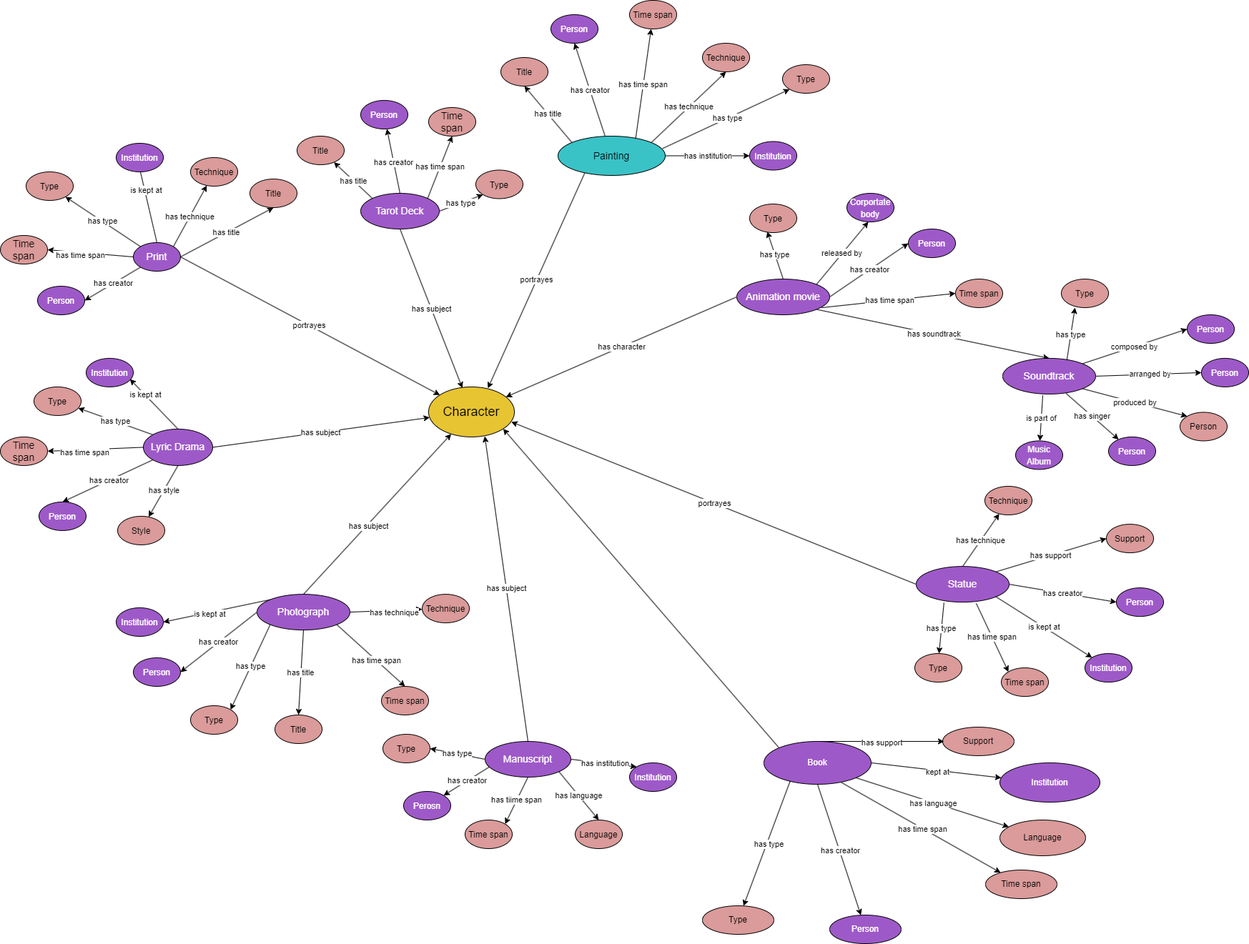
Earlier version of the draw.io export docs/assets/er-model.png (n1kg0r/merlin-ko-dhdk). Source tidied: cells renumbered, new cells last; positions are measured from the earlier drawing's top-left corner, leaving out a move shared by most shapes.
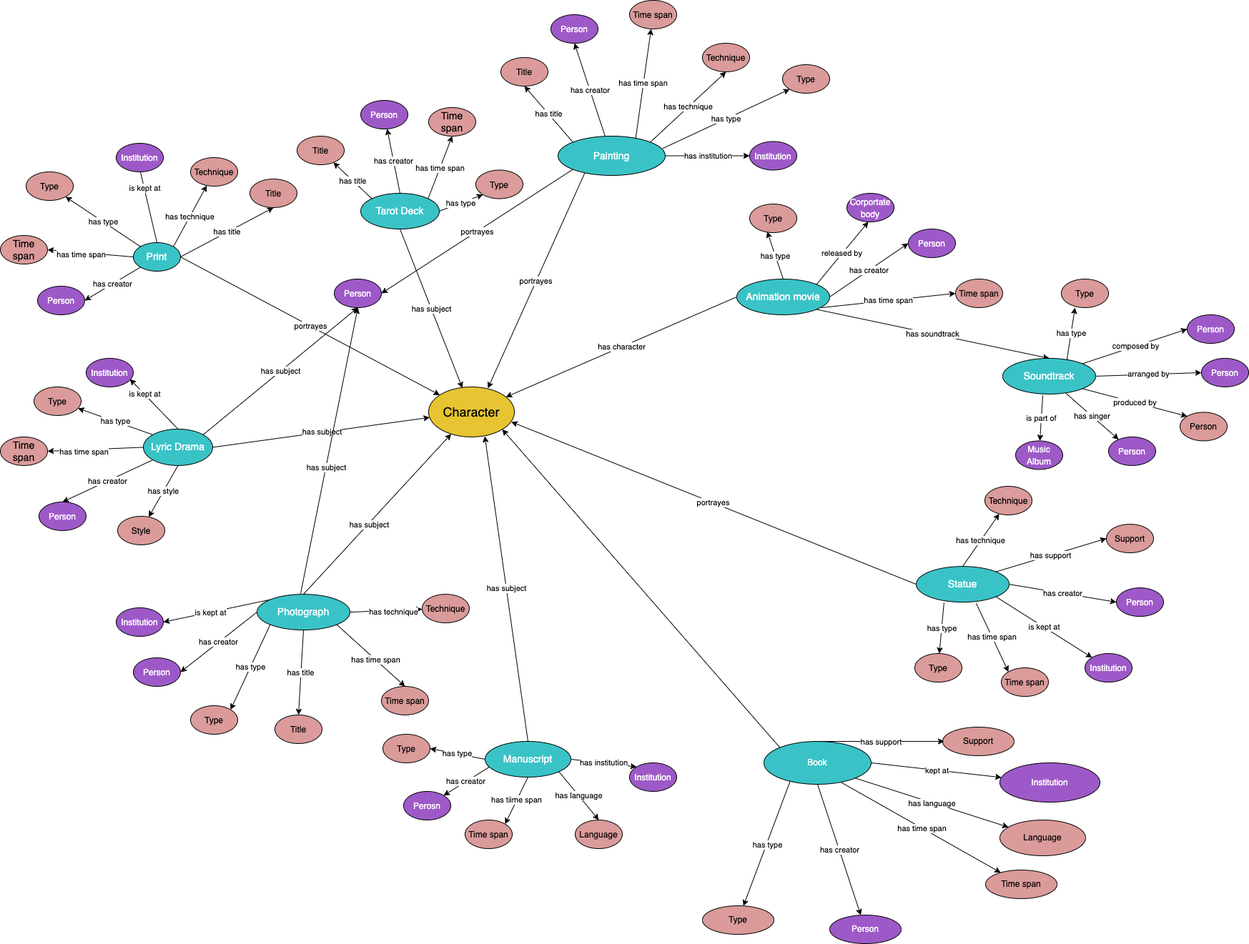
Later version of the same file.

The edit, as a diff of the source:
```diff
@@ -33,7 +33,7 @@
     <mxCell id="10" value="has title" style="rounded=0;jettySize=auto;html=1;exitX=1;exitY=0.5;exitDx=0;exitDy=0;entryX=0.5;entryY=1;entryDx=0;entryDy=0;" parent="1" edge="1" source="11" target="83">
       <mxGeometry relative="1" as="geometry" />
     </mxCell>
-    <mxCell id="11" value="Print" style="ellipse;whiteSpace=wrap;html=1;fontSize=14;fillColor=#9E59C8;fontColor=#FFFFFF;" parent="1" vertex="1">
+    <mxCell id="11" value="Print" style="ellipse;whiteSpace=wrap;html=1;fontSize=14;fillColor=#39C3C7;fontColor=#FFFFFF;" parent="1" vertex="1">
       <mxGeometry x="186" y="339" width="66" height="40" as="geometry" />
     </mxCell>
     <mxCell id="12" style="rounded=0;jettySize=auto;html=1;exitX=0.5;exitY=0;exitDx=0;exitDy=0;" parent="1" edge="1" source="23" target="2">
@@ -69,7 +69,7 @@
     <mxCell id="22" value="is kept at" style="edgeLabel;html=1;align=center;verticalAlign=middle;" parent="21" vertex="1">
       <mxGeometry x="0.13" relative="1" as="geometry" />
     </mxCell>
-    <mxCell id="23" value="Photograph" style="ellipse;whiteSpace=wrap;html=1;fontSize=14;fillColor=#9E59C8;fontColor=#FFFFFF;" parent="1" vertex="1">
+    <mxCell id="23" value="Photograph" style="ellipse;whiteSpace=wrap;html=1;fontSize=14;fillColor=#39C3C7;fontColor=#FFFFFF;" parent="1" vertex="1">
       <mxGeometry x="359" y="831.1" width="130" height="50" as="geometry" />
     </mxCell>
     <mxCell id="24" value="has subject" style="rounded=0;jettySize=auto;html=1;exitX=0.5;exitY=0;exitDx=0;exitDy=0;entryX=0.655;entryY=0.986;entryDx=0;entryDy=0;entryPerimeter=0;" parent="1" edge="1" source="30" target="2">
@@ -90,7 +90,7 @@
     <mxCell id="29" value="has type" style="rounded=0;jettySize=auto;html=1;exitX=0;exitY=0.5;exitDx=0;exitDy=0;entryX=1;entryY=0.5;entryDx=0;entryDy=0;" parent="1" edge="1" source="30" target="125">
       <mxGeometry relative="1" as="geometry" />
     </mxCell>
-    <mxCell id="30" value="Manuscript" style="ellipse;whiteSpace=wrap;html=1;fontSize=14;fillColor=#9E59C8;fontColor=#FFFFFF;" parent="1" vertex="1">
+    <mxCell id="30" value="Manuscript" style="ellipse;whiteSpace=wrap;html=1;fontSize=14;fillColor=#39C3C7;fontColor=#FFFFFF;" parent="1" vertex="1">
       <mxGeometry x="678" y="1037" width="120" height="50" as="geometry" />
     </mxCell>
     <mxCell id="31" value="has subject" style="rounded=0;jettySize=auto;html=1;exitX=0.5;exitY=1;exitDx=0;exitDy=0;entryX=0.394;entryY=0.022;entryDx=0;entryDy=0;entryPerimeter=0;" parent="1" edge="1" source="36" target="2">
@@ -108,7 +108,7 @@
     <mxCell id="35" value="has type" style="rounded=0;jettySize=auto;html=1;exitX=1;exitY=0.5;exitDx=0;exitDy=0;entryX=0;entryY=1;entryDx=0;entryDy=0;" parent="1" edge="1" source="36" target="124">
       <mxGeometry relative="1" as="geometry" />
     </mxCell>
-    <mxCell id="36" value="Tarot Deck" style="ellipse;whiteSpace=wrap;html=1;fontSize=14;fillColor=#9E59C8;fontColor=#FFFFFF;" parent="1" vertex="1">
+    <mxCell id="36" value="Tarot Deck" style="ellipse;whiteSpace=wrap;html=1;fontSize=14;fillColor=#39C3C7;fontColor=#FFFFFF;" parent="1" vertex="1">
       <mxGeometry x="504" y="270" width="110" height="50" as="geometry" />
     </mxCell>
     <mxCell id="37" value="portrayes" style="rounded=0;jettySize=auto;html=1;entryX=0.691;entryY=0.027;entryDx=0;entryDy=0;entryPerimeter=0;exitX=0.249;exitY=0.94;exitDx=0;exitDy=0;exitPerimeter=0;" parent="1" edge="1" source="43" target="2">
@@ -129,7 +129,7 @@
     <mxCell id="42" value="has institution" style="rounded=0;jettySize=auto;html=1;exitX=1;exitY=0.5;exitDx=0;exitDy=0;entryX=0;entryY=0.5;entryDx=0;entryDy=0;" parent="1" edge="1" source="43" target="91">
       <mxGeometry relative="1" as="geometry" />
     </mxCell>
-    <mxCell id="43" value="Painting" style="ellipse;whiteSpace=wrap;html=1;fontSize=14;fillColor=#39C3C7;" parent="1" vertex="1">
+    <mxCell id="43" value="Painting" style="ellipse;whiteSpace=wrap;html=1;fontSize=14;fillColor=#39C3C7;fontColor=#FFFFFF;" parent="1" vertex="1">
       <mxGeometry x="780" y="190" width="150" height="55" as="geometry" />
     </mxCell>
     <mxCell id="44" value="has character" style="rounded=0;jettySize=auto;html=1;exitX=0;exitY=0.5;exitDx=0;exitDy=0;" parent="1" edge="1" source="50" target="2">
@@ -150,7 +150,7 @@
     <mxCell id="49" value="has soundtrack" style="rounded=0;jettySize=auto;html=1;exitX=1;exitY=1;exitDx=0;exitDy=0;entryX=0.5;entryY=0;entryDx=0;entryDy=0;" parent="1" edge="1" source="50" target="56">
       <mxGeometry relative="1" as="geometry" />
     </mxCell>
-    <mxCell id="50" value="Animation movie" style="ellipse;whiteSpace=wrap;html=1;fontSize=14;fillColor=#9E59C8;fontColor=#FFFFFF;" parent="1" vertex="1">
+    <mxCell id="50" value="Animation movie" style="ellipse;whiteSpace=wrap;html=1;fontSize=14;fillColor=#39C3C7;fontColor=#FFFFFF;" parent="1" vertex="1">
       <mxGeometry x="1030" y="390" width="130" height="50" as="geometry" />
     </mxCell>
     <mxCell id="51" value="is part of" style="rounded=0;jettySize=auto;html=1;exitX=0.431;exitY=1.037;exitDx=0;exitDy=0;exitPerimeter=0;" parent="1" edge="1" source="56" target="109">
@@ -168,7 +168,7 @@
     <mxCell id="55" value="composed by" style="rounded=0;jettySize=auto;html=1;exitX=1;exitY=0;exitDx=0;exitDy=0;entryX=0;entryY=0.5;entryDx=0;entryDy=0;" parent="1" edge="1" source="56" target="105">
       <mxGeometry relative="1" as="geometry" />
     </mxCell>
-    <mxCell id="56" value="Soundtrack" style="ellipse;whiteSpace=wrap;html=1;fontSize=14;fillColor=#9E59C8;fontColor=#FFFFFF;" parent="1" vertex="1">
+    <mxCell id="56" value="Soundtrack" style="ellipse;whiteSpace=wrap;html=1;fontSize=14;fillColor=#39C3C7;fontColor=#FFFFFF;" parent="1" vertex="1">
       <mxGeometry x="1402" y="500.9" width="130" height="50" as="geometry" />
     </mxCell>
     <mxCell id="57" value="&lt;span style=&quot;font-size: 12px;&quot;&gt;Type&lt;/span&gt;" style="ellipse;whiteSpace=wrap;html=1;fontSize=14;fillColor=#DA9B9A;" parent="1" vertex="1">
@@ -232,7 +232,7 @@
     <mxCell id="75" value="has subject" style="rounded=0;jettySize=auto;html=1;exitX=1;exitY=0.5;exitDx=0;exitDy=0;" parent="1" edge="1" source="76" target="2">
       <mxGeometry relative="1" as="geometry" />
     </mxCell>
-    <mxCell id="76" value="Lyric Drama" style="ellipse;whiteSpace=wrap;html=1;fontSize=14;fillColor=#9E59C8;fontColor=#FFFFFF;" parent="1" vertex="1">
+    <mxCell id="76" value="Lyric Drama" style="ellipse;whiteSpace=wrap;html=1;fontSize=14;fillColor=#39C3C7;fontColor=#FFFFFF;" parent="1" vertex="1">
       <mxGeometry x="200" y="599.9" width="97" height="51" as="geometry" />
     </mxCell>
     <mxCell id="77" value="&lt;span style=&quot;font-size: 12px;&quot;&gt;Type&lt;/span&gt;" style="ellipse;whiteSpace=wrap;html=1;fontSize=14;fillColor=#DA9B9A;" parent="1" vertex="1">
@@ -355,7 +355,7 @@
     <mxCell id="116" value="is kept at" style="rounded=0;jettySize=auto;html=1;exitX=1;exitY=1;exitDx=0;exitDy=0;entryX=0;entryY=0;entryDx=0;entryDy=0;" parent="1" edge="1" source="117" target="123">
       <mxGeometry relative="1" as="geometry" />
     </mxCell>
-    <mxCell id="117" value="Statue" style="ellipse;whiteSpace=wrap;html=1;fontSize=14;fillColor=#9E59C8;fontColor=#FFFFFF;" parent="1" vertex="1">
+    <mxCell id="117" value="Statue" style="ellipse;whiteSpace=wrap;html=1;fontSize=14;fillColor=#39C3C7;fontColor=#FFFFFF;" parent="1" vertex="1">
       <mxGeometry x="1281" y="792.1" width="130" height="50" as="geometry" />
     </mxCell>
     <mxCell id="118" value="&lt;span style=&quot;font-size: 12px;&quot;&gt;Type&lt;br&gt;&lt;/span&gt;" style="ellipse;whiteSpace=wrap;html=1;fontSize=14;fillColor=#DA9B9A;" parent="1" vertex="1">
@@ -385,7 +385,7 @@
     <mxCell id="126" style="rounded=0;jettySize=auto;html=1;exitX=0;exitY=0;exitDx=0;exitDy=0;entryX=1;entryY=1;entryDx=0;entryDy=0;" parent="1" edge="1" source="127" target="2">
       <mxGeometry relative="1" as="geometry" />
     </mxCell>
-    <mxCell id="127" value="Book" style="ellipse;whiteSpace=wrap;html=1;align=center;fillColor=#9E59C8;fontColor=#FFFFFF;" parent="1" vertex="1">
+    <mxCell id="127" value="Book" style="ellipse;whiteSpace=wrap;html=1;align=center;fillColor=#39C3C7;fontColor=#FFFFFF;" parent="1" vertex="1">
       <mxGeometry x="1068" y="1037" width="150" height="60" as="geometry" />
     </mxCell>
     <mxCell id="128" style="endArrow=classic;html=1;rounded=0;exitX=1;exitY=0.5;exitDx=0;exitDy=0;" parent="1" edge="1" source="127" target="139">
@@ -444,5 +444,22 @@
     <mxCell id="145" value="has type" style="edgeLabel;html=1;align=center;verticalAlign=middle;" parent="144" vertex="1">
       <mxGeometry relative="1" as="geometry" />
     </mxCell>
+    <mxCell id="146" value="&lt;span style=&quot;font-size: 12px;&quot;&gt;Person&lt;br&gt;&lt;/span&gt;" style="ellipse;whiteSpace=wrap;html=1;fontSize=14;fillColor=#9E59C8;fontColor=#FFFFFF;" parent="1" vertex="1">
+      <mxGeometry x="467" y="390" width="66" height="40" as="geometry" />
+    </mxCell>
+    <mxCell id="147" value="portrayes" style="rounded=0;jettySize=auto;html=1;entryX=1;entryY=0.5;entryDx=0;entryDy=0;exitX=0;exitY=1;exitDx=0;exitDy=0;" parent="1" edge="1" source="43" target="146">
+      <mxGeometry relative="1" as="geometry" />
+    </mxCell>
+    <mxCell id="148" value="has subject" style="rounded=0;jettySize=auto;html=1;exitX=1;exitY=0;exitDx=0;exitDy=0;entryX=0.5;entryY=1;entryDx=0;entryDy=0;" parent="1" edge="1" source="76" target="146">
+      <mxGeometry relative="1" as="geometry" />
+    </mxCell>
+    <mxCell id="149" style="rounded=0;jettySize=auto;html=1;entryX=0.5;entryY=1;entryDx=0;entryDy=0;" parent="1" edge="1" target="146">
+      <mxGeometry relative="1" as="geometry">
+        <mxPoint x="420" y="830" as="sourcePoint" />
+      </mxGeometry>
+    </mxCell>
+    <mxCell id="150" value="has subject" style="edgeLabel;html=1;align=center;verticalAlign=middle;" parent="149" vertex="1">
+      <mxGeometry x="-0.12" relative="1" as="geometry" />
+    </mxCell>
   </root>
 </mxGraphModel>
```
